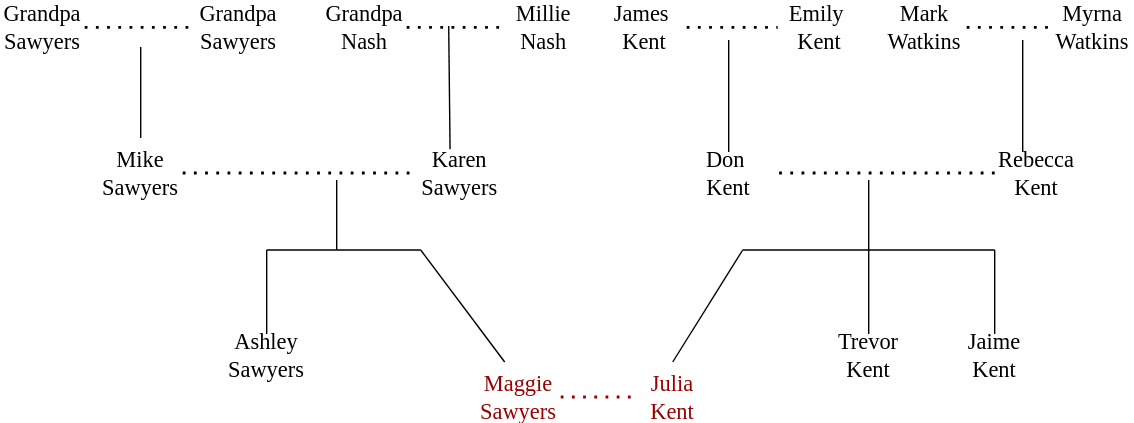
Before: images/FamilyTree.drawio.svg, a diagram exported from draw.io (jukent/maggie-and-julia). Source tidied: cells renumbered, new cells last; positions are measured from the earlier drawing's top-left corner, leaving out a move shared by most shapes.
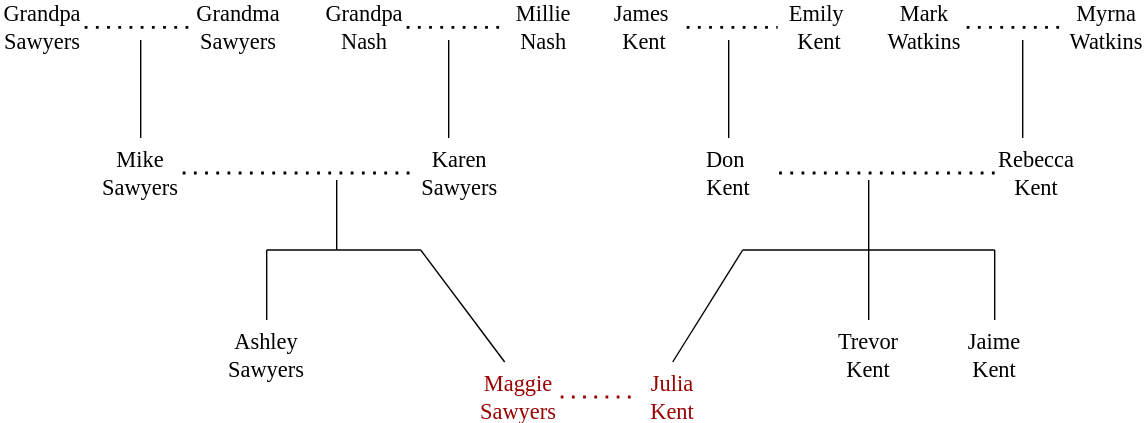
The same diagram one commit later.

Change to the diagram source:
```diff
@@ -26,8 +26,9 @@
         <mxPoint x="300" y="174" as="targetPoint" />
       </mxGeometry>
     </mxCell>
-    <mxCell id="9" style="endArrow=none;html=1;rounded=0;exitX=0.5;exitY=0;exitDx=0;exitDy=0;" parent="1" edge="1" source="6">
+    <mxCell id="9" style="endArrow=none;html=1;rounded=0;" parent="1" edge="1">
       <mxGeometry relative="1" as="geometry">
+        <mxPoint x="190" y="224" as="sourcePoint" />
         <mxPoint x="190" y="174" as="targetPoint" />
       </mxGeometry>
     </mxCell>
@@ -37,13 +38,15 @@
         <mxPoint x="530" y="174" as="targetPoint" />
       </mxGeometry>
     </mxCell>
-    <mxCell id="11" style="endArrow=none;html=1;rounded=0;exitX=0.5;exitY=0;exitDx=0;exitDy=0;" parent="1" edge="1" source="4">
+    <mxCell id="11" style="endArrow=none;html=1;rounded=0;" parent="1" edge="1">
       <mxGeometry relative="1" as="geometry">
+        <mxPoint x="620" y="224" as="sourcePoint" />
         <mxPoint x="620" y="174" as="targetPoint" />
       </mxGeometry>
     </mxCell>
-    <mxCell id="12" style="endArrow=none;html=1;rounded=0;exitX=0.5;exitY=0;exitDx=0;exitDy=0;" parent="1" edge="1" source="5">
+    <mxCell id="12" style="endArrow=none;html=1;rounded=0;" parent="1" edge="1">
       <mxGeometry relative="1" as="geometry">
+        <mxPoint x="710" y="224" as="sourcePoint" />
         <mxPoint x="710" y="174" as="targetPoint" />
       </mxGeometry>
     </mxCell>
@@ -94,7 +97,7 @@
     <mxCell id="23" style="endArrow=none;html=1;rounded=0;" parent="1" edge="1">
       <mxGeometry relative="1" as="geometry">
         <mxPoint x="100" y="94" as="sourcePoint" />
-        <mxPoint x="100" y="29" as="targetPoint" />
+        <mxPoint x="100" y="24" as="targetPoint" />
       </mxGeometry>
     </mxCell>
     <mxCell id="24" value="&lt;font style=&quot;font-size: 16px;&quot; face=&quot;Times New Roman&quot;&gt;Grandpa Sawyers&lt;/font&gt;" style="text;html=1;align=center;verticalAlign=middle;whiteSpace=wrap;rounded=0;" parent="1" vertex="1">
@@ -103,12 +106,13 @@
     <mxCell id="25" style="endArrow=none;dashed=1;html=1;dashPattern=1 3;strokeWidth=2;rounded=0;exitX=1;exitY=0.5;exitDx=0;exitDy=0;entryX=0;entryY=0.5;entryDx=0;entryDy=0;" parent="1" edge="1" source="24" target="27">
       <mxGeometry relative="1" as="geometry" />
     </mxCell>
-    <mxCell id="26" style="endArrow=none;html=1;rounded=0;exitX=0.383;exitY=-0.067;exitDx=0;exitDy=0;exitPerimeter=0;" parent="1" edge="1" source="18">
+    <mxCell id="26" style="endArrow=none;html=1;rounded=0;" parent="1" edge="1">
       <mxGeometry relative="1" as="geometry">
-        <mxPoint x="320" y="14" as="targetPoint" />
+        <mxPoint x="320" y="94" as="sourcePoint" />
+        <mxPoint x="320" y="24" as="targetPoint" />
       </mxGeometry>
     </mxCell>
-    <mxCell id="27" value="&lt;font style=&quot;font-size: 16px;&quot; face=&quot;Times New Roman&quot;&gt;Grandpa Sawyers&lt;/font&gt;" style="text;html=1;align=center;verticalAlign=middle;whiteSpace=wrap;rounded=0;" parent="1" vertex="1">
+    <mxCell id="27" value="&lt;font style=&quot;font-size: 16px;&quot; face=&quot;Times New Roman&quot;&gt;Grandma Sawyers&lt;/font&gt;" style="text;html=1;align=center;verticalAlign=middle;whiteSpace=wrap;rounded=0;" parent="1" vertex="1">
       <mxGeometry x="140" width="60" height="30" as="geometry" />
     </mxCell>
     <mxCell id="28" value="&lt;font style=&quot;font-size: 16px;&quot; face=&quot;Times New Roman&quot;&gt;James&amp;nbsp;&lt;/font&gt;&lt;div style=&quot;font-size: 16px;&quot;&gt;&lt;font style=&quot;font-size: 16px;&quot; face=&quot;Times New Roman&quot;&gt;Kent&lt;/font&gt;&lt;/div&gt;" style="text;html=1;align=center;verticalAlign=middle;whiteSpace=wrap;rounded=0;" parent="1" vertex="1">
@@ -117,8 +121,9 @@
     <mxCell id="29" style="endArrow=none;dashed=1;html=1;dashPattern=1 3;strokeWidth=2;rounded=0;exitX=1;exitY=0.5;exitDx=0;exitDy=0;entryX=0;entryY=0.5;entryDx=0;entryDy=0;" parent="1" edge="1" source="38" target="31">
       <mxGeometry relative="1" as="geometry" />
     </mxCell>
-    <mxCell id="30" style="endArrow=none;html=1;rounded=0;exitX=0.5;exitY=0;exitDx=0;exitDy=0;" parent="1" edge="1" source="20">
+    <mxCell id="30" style="endArrow=none;html=1;rounded=0;" parent="1" edge="1">
       <mxGeometry relative="1" as="geometry">
+        <mxPoint x="520" y="94" as="sourcePoint" />
         <mxPoint x="520" y="24" as="targetPoint" />
       </mxGeometry>
     </mxCell>
@@ -133,7 +138,7 @@
     </mxCell>
     <mxCell id="34" style="endArrow=none;html=1;rounded=0;" parent="1" edge="1">
       <mxGeometry relative="1" as="geometry">
-        <mxPoint x="730" y="104" as="sourcePoint" />
+        <mxPoint x="730" y="94" as="sourcePoint" />
         <mxPoint x="730" y="24" as="targetPoint" />
       </mxGeometry>
     </mxCell>
@@ -141,7 +146,7 @@
       <mxGeometry x="630" width="60" height="30" as="geometry" />
     </mxCell>
     <mxCell id="36" value="&lt;font style=&quot;font-size: 16px;&quot; face=&quot;Times New Roman&quot;&gt;Myrna Watkins&lt;/font&gt;" style="text;html=1;align=center;verticalAlign=middle;whiteSpace=wrap;rounded=0;" parent="1" vertex="1">
-      <mxGeometry x="750" width="60" height="30" as="geometry" />
+      <mxGeometry x="760" width="60" height="30" as="geometry" />
     </mxCell>
     <mxCell id="37" style="endArrow=none;dashed=1;html=1;dashPattern=1 3;strokeWidth=2;rounded=0;exitX=1;exitY=0.5;exitDx=0;exitDy=0;entryX=0;entryY=0.5;entryDx=0;entryDy=0;" parent="1" edge="1" source="35" target="36">
       <mxGeometry relative="1" as="geometry" />
```
